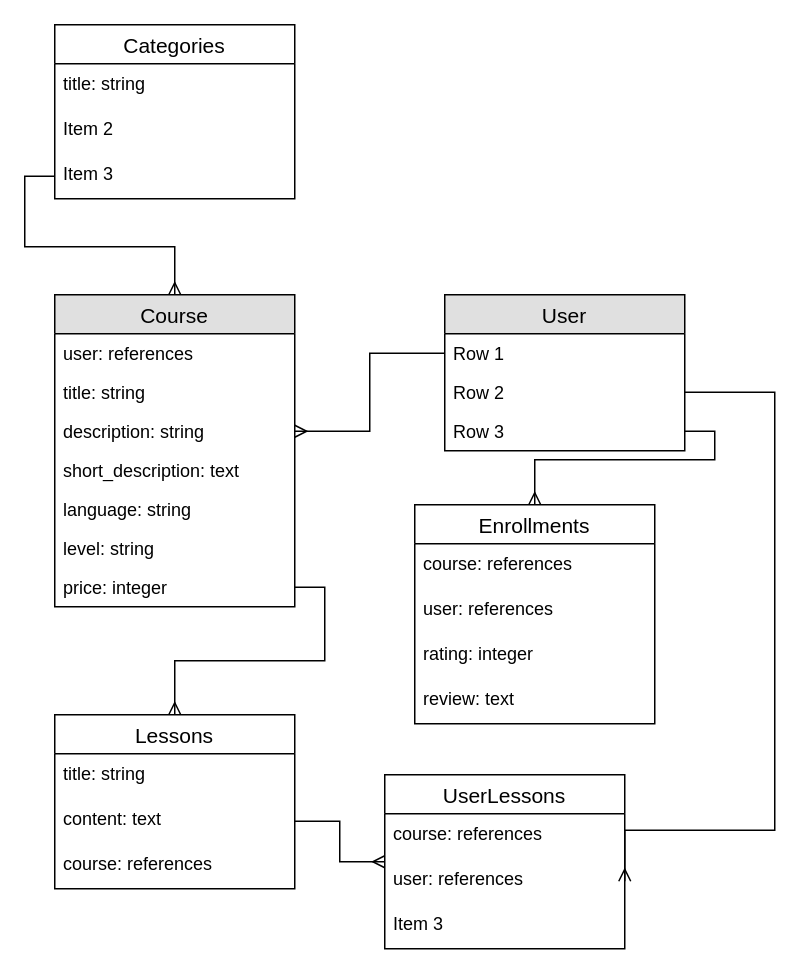
issarakoat/learn_ruby_udemy keeps this draw.io diagram as ruby_udemy_course.drawio. Above is the earlier version. Source tidied: cells renumbered, new cells numbered last; positions are measured from the earlier drawing's top-left corner, leaving out a move shared by most shapes. Both pictures are drawn from the tidied source at 150%, with x=0, y=0 at pixel (54, 24).
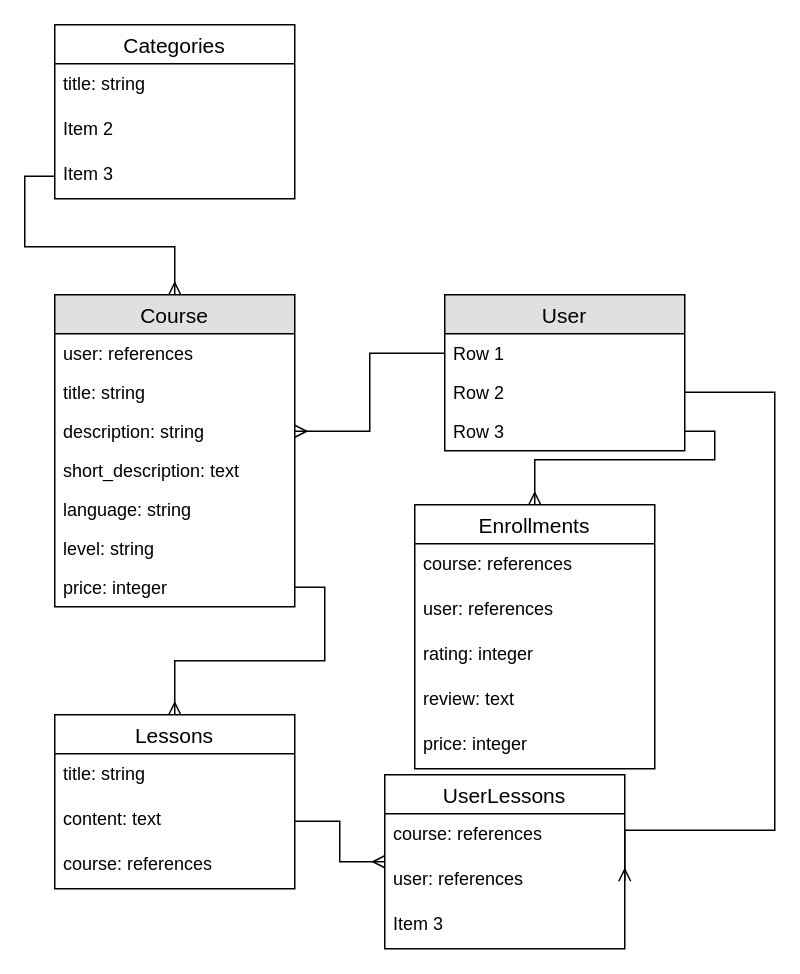
After the change.

Diff of the diagram source:
```diff
@@
     <mxCell id="31" value="Enrollments" style="swimlane;fontStyle=0;horizontal=1;startSize=26;align=center;fontSize=14;" parent="1" vertex="1">
-      <mxGeometry x="240" y="320" width="160" height="146" as="geometry" />
+      <mxGeometry x="240" y="320" width="160" height="176" as="geometry" />
     </mxCell>
@@
+    <mxCell id="37" value="price: integer" style="text;strokeColor=none;fillColor=none;spacingLeft=4;spacingRight=4;overflow=hidden;fontSize=12;" parent="31" vertex="1">
+      <mxGeometry y="146" width="160" height="30" as="geometry" />
+    </mxCell>
```
